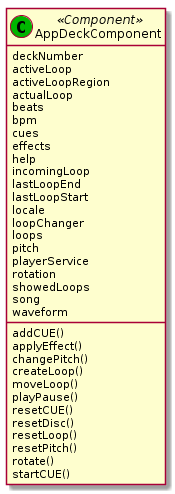
This is out/doc/classes/AppDeckComponent.png from clm2609/VirtualDJ, a PlantUML export, as it was before one commit.
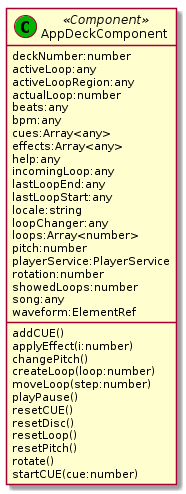
After the commit.

What changed in the source:
```diff
@@ -1,37 +1,37 @@
 @startuml AppDeckComponent
 class "AppDeckComponent" as deck <<(C,#00b500) Component>>{
-    deckNumber
-    activeLoop
-    activeLoopRegion
-    actualLoop
-    beats
-    bpm
-    cues
-    effects
-    help
-    incomingLoop
-    lastLoopEnd
-    lastLoopStart
-    locale
-    loopChanger
-    loops
-    pitch
-    playerService
-    rotation
-    showedLoops
-    song
-    waveform
+    deckNumber:number
+    activeLoop:any
+    activeLoopRegion:any
+    actualLoop:number
+    beats:any
+    bpm:any
+    cues:Array<any>
+    effects:Array<any>
+    help:any
+    incomingLoop:any
+    lastLoopEnd:any
+    lastLoopStart:any
+    locale:string
+    loopChanger:any
+    loops:Array<number>
+    pitch:number
+    playerService:PlayerService
+    rotation:number
+    showedLoops:number
+    song:any
+    waveform:ElementRef
     addCUE()
-    applyEffect()
+    applyEffect(i:number)
     changePitch()
-    createLoop()
-    moveLoop()
+    createLoop(loop:number)
+    moveLoop(step:number)
     playPause()
     resetCUE()
     resetDisc()
     resetLoop()
     resetPitch()
     rotate()
-    startCUE()
+    startCUE(cue:number)
 }
 @enduml
```
